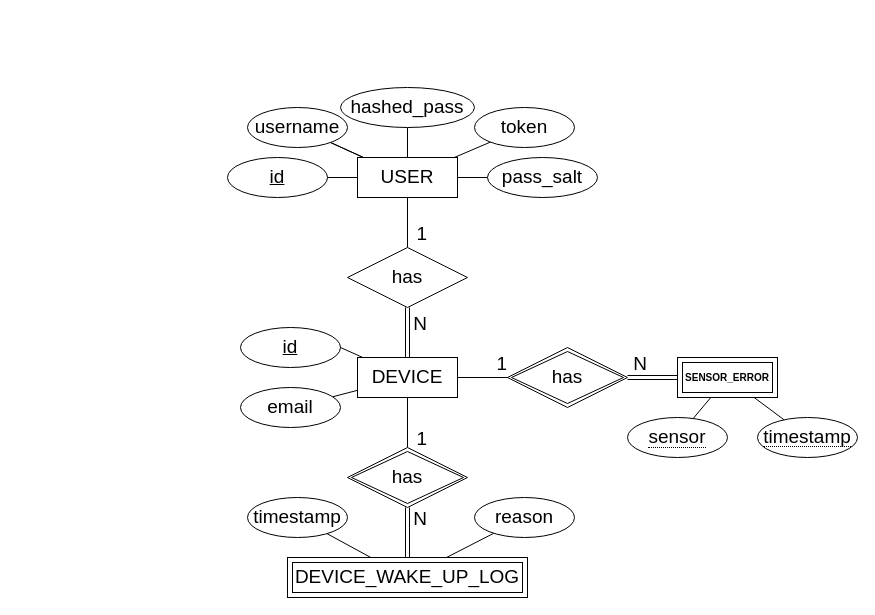
Above: Diagrams/PostgresDB-diagram.drawio in MiguelRocha2001/PS-Monitor-IoT-System (draw.io), before the change. Source tidied: cells renumbered, new cells numbered last; positions are measured from the earlier drawing's top-left corner, leaving out a move shared by most shapes. Both pictures are drawn from the tidied source at 100%, with x=0, y=0 at pixel (227, 87).
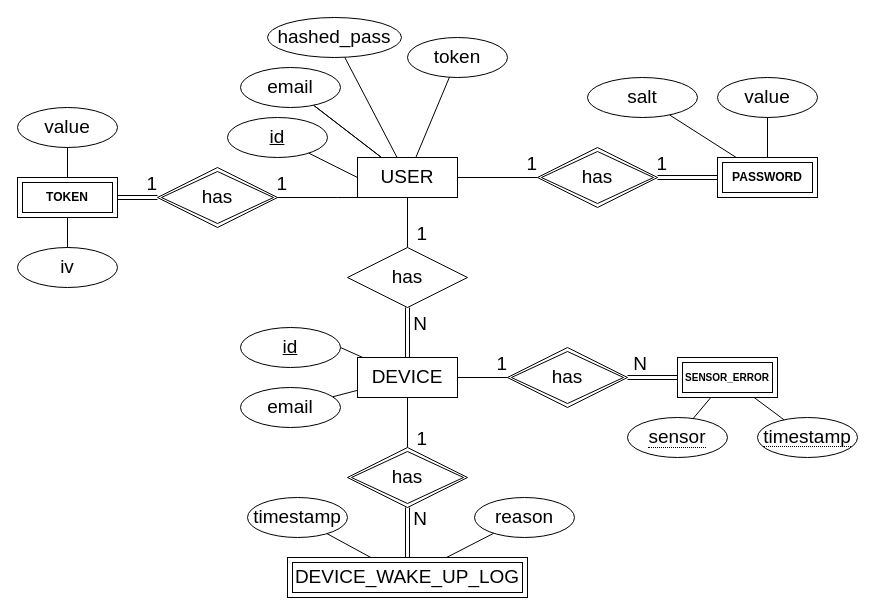
The same page after the edit.

Unchanged cells that the change refers to:
```xml
<mxCell id="5" value="&lt;font style=&quot;font-size: 19px;&quot;&gt;USER&lt;/font&gt;" style="whiteSpace=wrap;html=1;align=center;" parent="1" vertex="1">
  <mxGeometry x="130" y="70" width="100" height="40" as="geometry" />
</mxCell>
<mxCell id="13" style="endArrow=none;html=1;rounded=0;" parent="1" edge="1" source="5" target="27">
  <mxGeometry relative="1" as="geometry" />
</mxCell>
```

The edit, as a diff of the source:
```diff
@@
     <mxCell id="6" value="&lt;font style=&quot;font-size: 19px;&quot;&gt;id&lt;/font&gt;" style="ellipse;whiteSpace=wrap;html=1;align=center;fontStyle=4;" parent="1" vertex="1">
-      <mxGeometry y="70" width="100" height="40" as="geometry" />
+      <mxGeometry y="30" width="100" height="40" as="geometry" />
     </mxCell>
@@
     <mxCell id="10" value="&lt;font style=&quot;font-size: 19px;&quot;&gt;hashed_pass&lt;/font&gt;" style="ellipse;whiteSpace=wrap;html=1;align=center;fontSize=12;" parent="1" vertex="1">
-      <mxGeometry x="113" width="134" height="40" as="geometry" />
+      <mxGeometry x="40" y="-70" width="134" height="40" as="geometry" />
     </mxCell>
     <mxCell id="11" value="&lt;font style=&quot;font-size: 19px;&quot;&gt;token&lt;/font&gt;" style="ellipse;whiteSpace=wrap;html=1;align=center;" parent="1" vertex="1">
-      <mxGeometry x="247" y="20" width="100" height="40" as="geometry" />
+      <mxGeometry x="180" y="-50" width="100" height="40" as="geometry" />
     </mxCell>
@@
+    <mxCell id="44" value="&lt;font style=&quot;font-size: 19px;&quot;&gt;1&lt;/font&gt;" style="html=1;align=right;verticalAlign=bottom;" parent="13" vertex="1">
+      <mxGeometry x="1" relative="1" as="geometry">
+        <mxPoint x="260" y="-70" as="offset" />
+      </mxGeometry>
+    </mxCell>
+    <mxCell id="45" value="&lt;font style=&quot;font-size: 19px;&quot;&gt;1&lt;/font&gt;" style="html=1;align=right;verticalAlign=bottom;" parent="13" vertex="1">
+      <mxGeometry x="1" relative="1" as="geometry">
+        <mxPoint x="130" y="-70" as="offset" />
+      </mxGeometry>
+    </mxCell>
+    <mxCell id="46" value="&lt;font style=&quot;font-size: 19px;&quot;&gt;1&lt;/font&gt;" style="html=1;align=right;verticalAlign=bottom;" parent="13" vertex="1">
+      <mxGeometry x="1" relative="1" as="geometry">
+        <mxPoint x="-250" y="-50" as="offset" />
+      </mxGeometry>
+    </mxCell>
+    <mxCell id="47" value="&lt;font style=&quot;font-size: 19px;&quot;&gt;1&lt;/font&gt;" style="html=1;align=right;verticalAlign=bottom;" parent="13" vertex="1">
+      <mxGeometry x="1" relative="1" as="geometry">
+        <mxPoint x="-120" y="-50" as="offset" />
+      </mxGeometry>
+    </mxCell>
@@
-    <mxCell id="21" value="&lt;font style=&quot;font-size: 19px;&quot;&gt;pass_salt&lt;/font&gt;" style="ellipse;whiteSpace=wrap;html=1;align=center;" parent="1" vertex="1">
-      <mxGeometry x="260" y="70" width="110" height="40" as="geometry" />
-    </mxCell>
-    <mxCell id="22" style="endArrow=none;html=1;rounded=0;" parent="1" edge="1" source="21" target="5">
-      <mxGeometry relative="1" as="geometry" />
-    </mxCell>
@@
-    <mxCell id="42" value="&lt;font style=&quot;font-size: 19px;&quot;&gt;username&lt;/font&gt;" style="ellipse;whiteSpace=wrap;html=1;align=center;" parent="1" vertex="1">
-      <mxGeometry x="20" y="20" width="100" height="40" as="geometry" />
+    <mxCell id="42" value="&lt;font style=&quot;font-size: 19px;&quot;&gt;email&lt;/font&gt;" style="ellipse;whiteSpace=wrap;html=1;align=center;" parent="1" vertex="1">
+      <mxGeometry x="13" y="-20" width="100" height="40" as="geometry" />
     </mxCell>
-    <mxCell id="43" style="endArrow=none;html=1;rounded=0;entryX=0;entryY=0.5;entryDx=0;entryDy=0;exitX=1;exitY=0.5;exitDx=0;exitDy=0;" parent="1" edge="1" source="6" target="5">
+    <mxCell id="43" style="endArrow=none;html=1;rounded=0;entryX=0;entryY=0.5;entryDx=0;entryDy=0;" parent="1" edge="1" source="6" target="5">
       <mxGeometry relative="1" as="geometry" />
     </mxCell>
+    <mxCell id="48" style="edgeStyle=orthogonalEdgeStyle;rounded=0;jettySize=auto;html=1;shape=link;" parent="1" edge="1" source="49" target="51">
+      <mxGeometry relative="1" as="geometry" />
+    </mxCell>
+    <mxCell id="49" value="PASSWORD" style="shape=ext;margin=3;double=1;whiteSpace=wrap;html=1;align=center;fontStyle=1;" parent="1" vertex="1">
+      <mxGeometry x="490" y="70" width="100" height="40" as="geometry" />
+    </mxCell>
+    <mxCell id="50" style="edgeStyle=orthogonalEdgeStyle;rounded=0;jettySize=auto;html=1;endArrow=none;endFill=0;" parent="1" edge="1" source="51" target="5">
+      <mxGeometry relative="1" as="geometry" />
+    </mxCell>
+    <mxCell id="51" value="has" style="shape=rhombus;double=1;perimeter=rhombusPerimeter;whiteSpace=wrap;html=1;align=center;fontSize=19;" parent="1" vertex="1">
+      <mxGeometry x="310" y="60" width="120" height="60" as="geometry" />
+    </mxCell>
+    <mxCell id="52" value="&lt;font style=&quot;font-size: 19px;&quot;&gt;value&lt;/font&gt;" style="ellipse;whiteSpace=wrap;html=1;align=center;" parent="1" vertex="1">
+      <mxGeometry x="490" y="-10" width="100" height="40" as="geometry" />
+    </mxCell>
+    <mxCell id="53" style="endArrow=none;html=1;rounded=0;" parent="1" edge="1" source="52" target="49">
+      <mxGeometry relative="1" as="geometry" />
+    </mxCell>
+    <mxCell id="54" value="TOKEN" style="shape=ext;margin=3;double=1;whiteSpace=wrap;html=1;align=center;fontStyle=1;" parent="1" vertex="1">
+      <mxGeometry x="-210" y="90" width="100" height="40" as="geometry" />
+    </mxCell>
+    <mxCell id="55" style="edgeStyle=orthogonalEdgeStyle;rounded=0;jettySize=auto;html=1;endArrow=none;endFill=0;entryX=0;entryY=1;entryDx=0;entryDy=0;" parent="1" edge="1" source="56" target="5">
+      <mxGeometry relative="1" as="geometry">
+        <Array as="points">
+          <mxPoint x="110" y="110" />
+          <mxPoint x="110" y="110" />
+        </Array>
+      </mxGeometry>
+    </mxCell>
+    <mxCell id="56" value="has" style="shape=rhombus;double=1;perimeter=rhombusPerimeter;whiteSpace=wrap;html=1;align=center;fontSize=19;" parent="1" vertex="1">
+      <mxGeometry x="-70" y="80" width="120" height="60" as="geometry" />
+    </mxCell>
+    <mxCell id="57" style="edgeStyle=orthogonalEdgeStyle;rounded=0;jettySize=auto;html=1;shape=link;" parent="1" edge="1" source="54" target="56">
+      <mxGeometry relative="1" as="geometry" />
+    </mxCell>
+    <mxCell id="58" value="&lt;font style=&quot;font-size: 19px;&quot;&gt;value&lt;/font&gt;" style="ellipse;whiteSpace=wrap;html=1;align=center;" parent="1" vertex="1">
+      <mxGeometry x="-210" y="20" width="100" height="40" as="geometry" />
+    </mxCell>
+    <mxCell id="59" style="endArrow=none;html=1;rounded=0;" parent="1" edge="1" source="58" target="54">
+      <mxGeometry relative="1" as="geometry" />
+    </mxCell>
+    <mxCell id="60" value="&lt;font style=&quot;font-size: 19px;&quot;&gt;iv&lt;/font&gt;" style="ellipse;whiteSpace=wrap;html=1;align=center;" parent="1" vertex="1">
+      <mxGeometry x="-210" y="160" width="100" height="40" as="geometry" />
+    </mxCell>
+    <mxCell id="61" style="endArrow=none;html=1;rounded=0;" parent="1" edge="1" source="60" target="54">
+      <mxGeometry relative="1" as="geometry" />
+    </mxCell>
+    <mxCell id="62" style="endArrow=none;html=1;rounded=0;" parent="1" edge="1" source="63" target="49">
+      <mxGeometry relative="1" as="geometry" />
+    </mxCell>
+    <mxCell id="63" value="&lt;font style=&quot;font-size: 19px;&quot;&gt;salt&lt;/font&gt;" style="ellipse;whiteSpace=wrap;html=1;align=center;" parent="1" vertex="1">
+      <mxGeometry x="360" y="-10" width="110" height="40" as="geometry" />
+    </mxCell>
```
